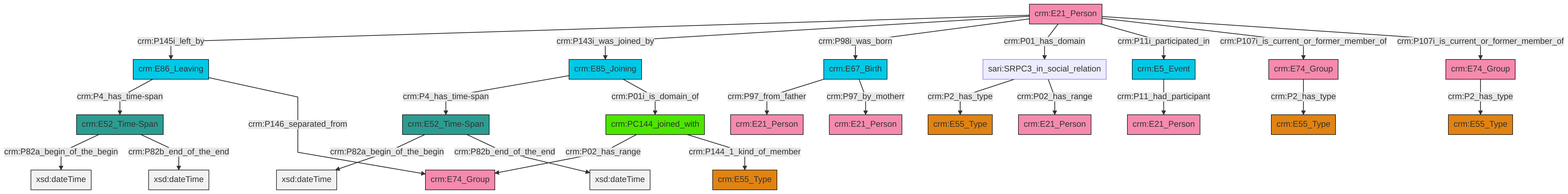
Earlier version of the Mermaid export et/personCSV/ttl/mmd/png/Person_Actor_Relations.png (swiss-art-research-net/reference-data-models). Its source is kept beside it as et/personCSV/ttl/mmd/Person_Actor_Relations.ttl.mmd.
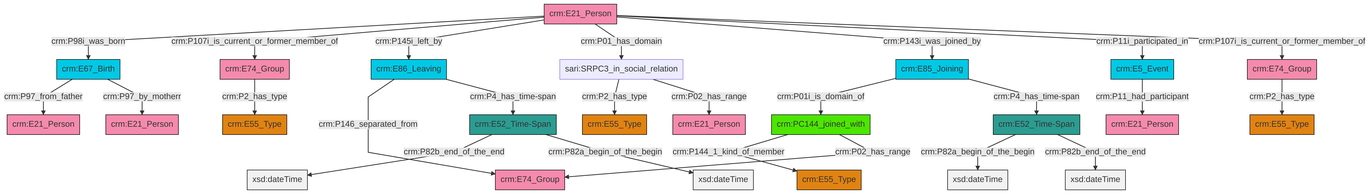
Above is the later version.

The edit, as a diff of the source:
```diff
@@ -13,27 +13,27 @@
 classDef PC_Classes fill:#4ce600, stroke:#000000;
 classDef Multi fill:#cccccc,stroke:#000000;
 
-0["crm:E67_Birth"]:::Temporal_Entity -->|crm:P97_from_father| 1["crm:E21_Person"]:::Actor
-4["crm:E85_Joining"]:::Temporal_Entity -->|crm:P4_has_time-span| 5["crm:E52_Time-Span"]:::Time-Span
-6["crm:E21_Person"]:::Actor -->|crm:P145i_left_by| 7["crm:E86_Leaving"]:::Temporal_Entity
-6["crm:E21_Person"]:::Actor -->|crm:P143i_was_joined_by| 4["crm:E85_Joining"]:::Temporal_Entity
-12["crm:E52_Time-Span"]:::Time-Span -->|crm:P82a_begin_of_the_begin| 13[xsd:dateTime]:::Literal
-10["crm:PC144_joined_with"]:::PC_Classes -->|crm:P02_has_range| 14["crm:E74_Group"]:::Actor
-5["crm:E52_Time-Span"]:::Time-Span -->|crm:P82a_begin_of_the_begin| 17[xsd:dateTime]:::Literal
-6["crm:E21_Person"]:::Actor -->|crm:P98i_was_born| 0["crm:E67_Birth"]:::Temporal_Entity
-18["sari:SRPC3_in_social_relation"]:::Default -->|crm:P2_has_type| 19["crm:E55_Type"]:::Type
-20["crm:E5_Event"]:::Temporal_Entity -->|crm:P11_had_participant| 21["crm:E21_Person"]:::Actor
-31["crm:E74_Group"]:::Actor -->|crm:P2_has_type| 2["crm:E55_Type"]:::Type
-32["crm:E74_Group"]:::Actor -->|crm:P2_has_type| 24["crm:E55_Type"]:::Type
-0["crm:E67_Birth"]:::Temporal_Entity -->|crm:P97_by_motherr| 34["crm:E21_Person"]:::Actor
-7["crm:E86_Leaving"]:::Temporal_Entity -->|crm:P4_has_time-span| 12["crm:E52_Time-Span"]:::Time-Span
-18["sari:SRPC3_in_social_relation"]:::Default -->|crm:P02_has_range| 15["crm:E21_Person"]:::Actor
-6["crm:E21_Person"]:::Actor -->|crm:P01_has_domain| 18["sari:SRPC3_in_social_relation"]:::Default
-7["crm:E86_Leaving"]:::Temporal_Entity -->|crm:P146_separated_from| 14["crm:E74_Group"]:::Actor
-6["crm:E21_Person"]:::Actor -->|crm:P11i_participated_in| 20["crm:E5_Event"]:::Temporal_Entity
-6["crm:E21_Person"]:::Actor -->|crm:P107i_is_current_or_former_member_of| 32["crm:E74_Group"]:::Actor
-12["crm:E52_Time-Span"]:::Time-Span -->|crm:P82b_end_of_the_end| 40[xsd:dateTime]:::Literal
-4["crm:E85_Joining"]:::Temporal_Entity -->|crm:P01i_is_domain_of| 10["crm:PC144_joined_with"]:::PC_Classes
-10["crm:PC144_joined_with"]:::PC_Classes -->|crm:P144_1_kind_of_member| 22["crm:E55_Type"]:::Type
-6["crm:E21_Person"]:::Actor -->|crm:P107i_is_current_or_former_member_of| 31["crm:E74_Group"]:::Actor
-5["crm:E52_Time-Span"]:::Time-Span -->|crm:P82b_end_of_the_end| 42[xsd:dateTime]:::Literal
+0["crm:E5_Event"]:::Temporal_Entity -->|crm:P11_had_participant| 1["crm:E21_Person"]:::Actor
+4["sari:SRPC3_in_social_relation"]:::Default -->|crm:P2_has_type| 5["crm:E55_Type"]:::Type
+6["crm:E67_Birth"]:::Temporal_Entity -->|crm:P97_from_father| 7["crm:E21_Person"]:::Actor
+10["crm:E52_Time-Span"]:::Time-Span -->|crm:P82a_begin_of_the_begin| 11[xsd:dateTime]:::Literal
+8["crm:PC144_joined_with"]:::PC_Classes -->|crm:P144_1_kind_of_member| 12["crm:E55_Type"]:::Type
+15["crm:E74_Group"]:::Actor -->|crm:P2_has_type| 16["crm:E55_Type"]:::Type
+8["crm:PC144_joined_with"]:::PC_Classes -->|crm:P02_has_range| 17["crm:E74_Group"]:::Actor
+18["crm:E52_Time-Span"]:::Time-Span -->|crm:P82b_end_of_the_end| 19[xsd:dateTime]:::Literal
+20["crm:E21_Person"]:::Actor -->|crm:P98i_was_born| 6["crm:E67_Birth"]:::Temporal_Entity
+13["crm:E85_Joining"]:::Temporal_Entity -->|crm:P01i_is_domain_of| 8["crm:PC144_joined_with"]:::PC_Classes
+18["crm:E52_Time-Span"]:::Time-Span -->|crm:P82a_begin_of_the_begin| 21[xsd:dateTime]:::Literal
+24["crm:E74_Group"]:::Actor -->|crm:P2_has_type| 25["crm:E55_Type"]:::Type
+20["crm:E21_Person"]:::Actor -->|crm:P107i_is_current_or_former_member_of| 15["crm:E74_Group"]:::Actor
+20["crm:E21_Person"]:::Actor -->|crm:P145i_left_by| 32["crm:E86_Leaving"]:::Temporal_Entity
+20["crm:E21_Person"]:::Actor -->|crm:P01_has_domain| 4["sari:SRPC3_in_social_relation"]:::Default
+13["crm:E85_Joining"]:::Temporal_Entity -->|crm:P4_has_time-span| 10["crm:E52_Time-Span"]:::Time-Span
+32["crm:E86_Leaving"]:::Temporal_Entity -->|crm:P146_separated_from| 17["crm:E74_Group"]:::Actor
+4["sari:SRPC3_in_social_relation"]:::Default -->|crm:P02_has_range| 2["crm:E21_Person"]:::Actor
+20["crm:E21_Person"]:::Actor -->|crm:P143i_was_joined_by| 13["crm:E85_Joining"]:::Temporal_Entity
+20["crm:E21_Person"]:::Actor -->|crm:P11i_participated_in| 0["crm:E5_Event"]:::Temporal_Entity
+6["crm:E67_Birth"]:::Temporal_Entity -->|crm:P97_by_motherr| 35["crm:E21_Person"]:::Actor
+32["crm:E86_Leaving"]:::Temporal_Entity -->|crm:P4_has_time-span| 18["crm:E52_Time-Span"]:::Time-Span
+20["crm:E21_Person"]:::Actor -->|crm:P107i_is_current_or_former_member_of| 24["crm:E74_Group"]:::Actor
+10["crm:E52_Time-Span"]:::Time-Span -->|crm:P82b_end_of_the_end| 44[xsd:dateTime]:::Literal
```
